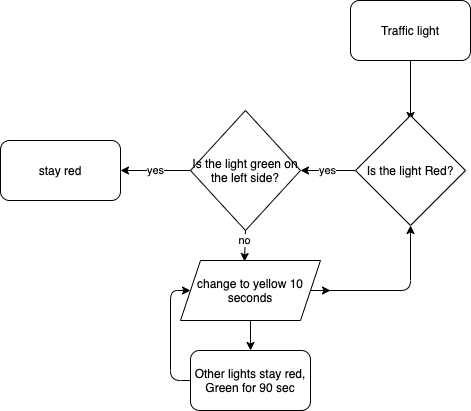
The draw.io diagram exercise 5 - traffic light.png in kblankenhorn/CF-ADS-Kim-Stephan, before a commit. Source tidied: cells renumbered, new cells last; positions are measured from the earlier drawing's top-left corner, leaving out a move shared by most shapes. Its diagram source:
```xml
<mxGraphModel>
  <root>
    <mxCell id="0" />
    <mxCell id="1" parent="0" />
    <mxCell id="2" value="Traffic light" style="rounded=1;whiteSpace=wrap;html=1;" parent="1" vertex="1">
      <mxGeometry x="350" width="120" height="60" as="geometry" />
    </mxCell>
    <mxCell id="3" style="endArrow=classic;html=1;exitX=0.5;exitY=1;exitDx=0;exitDy=0;" parent="1" edge="1" source="2">
      <mxGeometry relative="1" as="geometry">
        <mxPoint x="410" y="120" as="targetPoint" />
      </mxGeometry>
    </mxCell>
    <mxCell id="4" value="Is the light Red?" style="rhombus;whiteSpace=wrap;html=1;" parent="1" vertex="1">
      <mxGeometry x="355" y="115" width="110" height="110" as="geometry" />
    </mxCell>
    <mxCell id="5" value="yes" style="edgeStyle=orthogonalEdgeStyle;rounded=0;jettySize=auto;html=1;exitX=0;exitY=0.5;exitDx=0;exitDy=0;" parent="1" edge="1" source="4" target="6">
      <mxGeometry relative="1" as="geometry" />
    </mxCell>
    <mxCell id="6" value="Is the light green on the left side?" style="rhombus;whiteSpace=wrap;html=1;horizontal=1;" parent="1" vertex="1">
      <mxGeometry x="190" y="110" width="110" height="120" as="geometry" />
    </mxCell>
    <mxCell id="7" value="yes" style="endArrow=classic;html=1;exitX=0;exitY=0.5;exitDx=0;exitDy=0;entryX=1;entryY=0.5;entryDx=0;entryDy=0;" parent="1" edge="1" source="6" target="9">
      <mxGeometry relative="1" as="geometry" />
    </mxCell>
    <mxCell id="8" value="no" style="endArrow=classic;html=1;exitX=0.5;exitY=1;exitDx=0;exitDy=0;entryX=0.457;entryY=0.017;entryDx=0;entryDy=0;entryPerimeter=0;" parent="1" edge="1" source="6" target="11">
      <mxGeometry x="-0.35" y="-1" relative="1" as="geometry" />
    </mxCell>
    <mxCell id="9" value="stay red" style="rounded=1;whiteSpace=wrap;html=1;" parent="1" vertex="1">
      <mxGeometry y="140" width="120" height="60" as="geometry" />
    </mxCell>
    <mxCell id="10" style="edgeStyle=orthogonalEdgeStyle;rounded=0;jettySize=auto;html=1;exitX=1;exitY=0.5;exitDx=0;exitDy=0;" parent="1" edge="1" source="11">
      <mxGeometry relative="1" as="geometry">
        <mxPoint x="330" y="290" as="targetPoint" />
      </mxGeometry>
    </mxCell>
    <mxCell id="11" value="&lt;p style=&quot;line-height: 120%&quot;&gt;&lt;font style=&quot;font-size: 12px&quot;&gt;change to yellow 10 seconds&lt;/font&gt;&lt;/p&gt;" style="shape=parallelogram;perimeter=parallelogramPerimeter;whiteSpace=wrap;html=1;fixedSize=1;" parent="1" vertex="1">
      <mxGeometry x="180" y="260" width="140" height="60" as="geometry" />
    </mxCell>
    <mxCell id="12" style="endArrow=classic;html=1;exitX=0.5;exitY=1;exitDx=0;exitDy=0;entryX=0.5;entryY=0;entryDx=0;entryDy=0;" parent="1" edge="1" source="11" target="13">
      <mxGeometry relative="1" as="geometry" />
    </mxCell>
    <mxCell id="13" value="Other lights stay red, Green for 90 sec" style="rounded=1;whiteSpace=wrap;html=1;" parent="1" vertex="1">
      <mxGeometry x="190" y="350" width="120" height="60" as="geometry" />
    </mxCell>
    <mxCell id="14" style="endArrow=classic;html=1;exitX=0;exitY=0.5;exitDx=0;exitDy=0;entryX=0;entryY=0.5;entryDx=0;entryDy=0;" parent="1" edge="1" source="13" target="11">
      <mxGeometry relative="1" as="geometry">
        <Array as="points">
          <mxPoint x="170" y="380" />
          <mxPoint x="170" y="290" />
        </Array>
      </mxGeometry>
    </mxCell>
    <mxCell id="15" style="endArrow=classic;html=1;exitX=1;exitY=0.5;exitDx=0;exitDy=0;entryX=0.5;entryY=1;entryDx=0;entryDy=0;" parent="1" edge="1" source="11" target="4">
      <mxGeometry relative="1" as="geometry">
        <Array as="points">
          <mxPoint x="410" y="290" />
        </Array>
      </mxGeometry>
    </mxCell>
  </root>
</mxGraphModel>
```
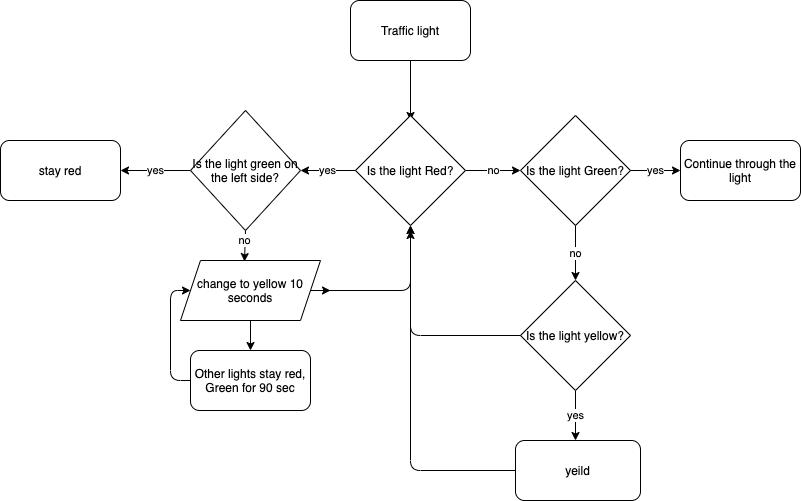
Later version of the same file.

The edit, as a diff of the source:
```diff
@@ -57,5 +57,48 @@
         </Array>
       </mxGeometry>
     </mxCell>
+    <mxCell id="16" value="no" style="endArrow=classic;html=1;exitX=1;exitY=0.5;exitDx=0;exitDy=0;" parent="1" edge="1" source="4">
+      <mxGeometry relative="1" as="geometry">
+        <mxPoint x="520" y="170" as="targetPoint" />
+      </mxGeometry>
+    </mxCell>
+    <mxCell id="17" value="Is the light Green?" style="rhombus;whiteSpace=wrap;html=1;" parent="1" vertex="1">
+      <mxGeometry x="520" y="115" width="110" height="110" as="geometry" />
+    </mxCell>
+    <mxCell id="18" value="yes" style="endArrow=classic;html=1;exitX=1;exitY=0.5;exitDx=0;exitDy=0;" parent="1" edge="1" source="17" target="19">
+      <mxGeometry relative="1" as="geometry" />
+    </mxCell>
+    <mxCell id="19" value="Continue through the light" style="rounded=1;whiteSpace=wrap;html=1;" parent="1" vertex="1">
+      <mxGeometry x="680" y="140" width="120" height="60" as="geometry" />
+    </mxCell>
+    <mxCell id="20" value="no" style="endArrow=classic;html=1;exitX=0.5;exitY=1;exitDx=0;exitDy=0;entryX=0.5;entryY=0;entryDx=0;entryDy=0;" parent="1" edge="1" source="17" target="21">
+      <mxGeometry relative="1" as="geometry" />
+    </mxCell>
+    <mxCell id="21" value="Is the light yellow?" style="rhombus;whiteSpace=wrap;html=1;" parent="1" vertex="1">
+      <mxGeometry x="520" y="280" width="110" height="110" as="geometry" />
+    </mxCell>
+    <mxCell id="22" value="yes" style="endArrow=classic;html=1;exitX=0.5;exitY=1;exitDx=0;exitDy=0;" parent="1" edge="1" source="21">
+      <mxGeometry relative="1" as="geometry">
+        <mxPoint x="575" y="440" as="targetPoint" />
+      </mxGeometry>
+    </mxCell>
+    <mxCell id="23" style="endArrow=classic;html=1;exitX=0;exitY=0.5;exitDx=0;exitDy=0;" parent="1" edge="1" source="21">
+      <mxGeometry relative="1" as="geometry">
+        <mxPoint x="410" y="230" as="targetPoint" />
+        <Array as="points">
+          <mxPoint x="410" y="335" />
+        </Array>
+      </mxGeometry>
+    </mxCell>
+    <mxCell id="24" value="yeild" style="rounded=1;whiteSpace=wrap;html=1;" parent="1" vertex="1">
+      <mxGeometry x="515" y="440" width="125" height="60" as="geometry" />
+    </mxCell>
+    <mxCell id="25" style="endArrow=classic;html=1;exitX=0;exitY=0.5;exitDx=0;exitDy=0;entryX=0.5;entryY=1;entryDx=0;entryDy=0;" parent="1" edge="1" source="24" target="4">
+      <mxGeometry relative="1" as="geometry">
+        <Array as="points">
+          <mxPoint x="410" y="470" />
+        </Array>
+      </mxGeometry>
+    </mxCell>
   </root>
 </mxGraphModel>
```
